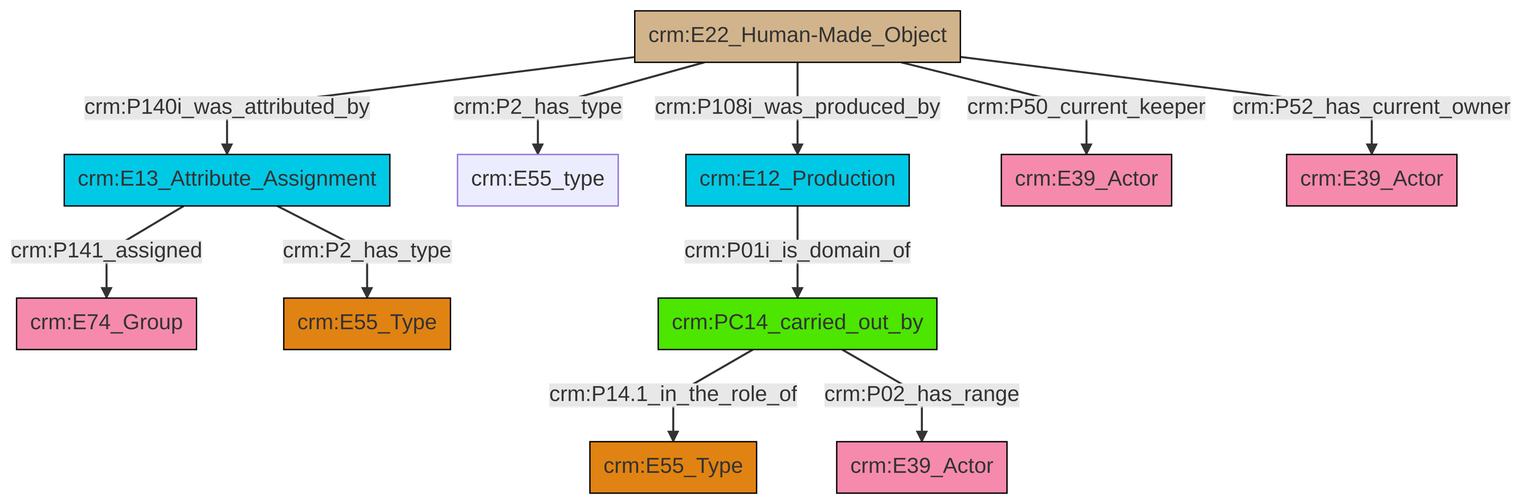
Above: et/artworkCSV/ttl/mmd/png/Artwork_Actor_Relations.png in swiss-art-research-net/docs.swissartresearch (Mermaid), before the change. Its source is kept beside it as et/artworkCSV/ttl/mmd/Artwork_Actor_Relations.ttl.mmd.
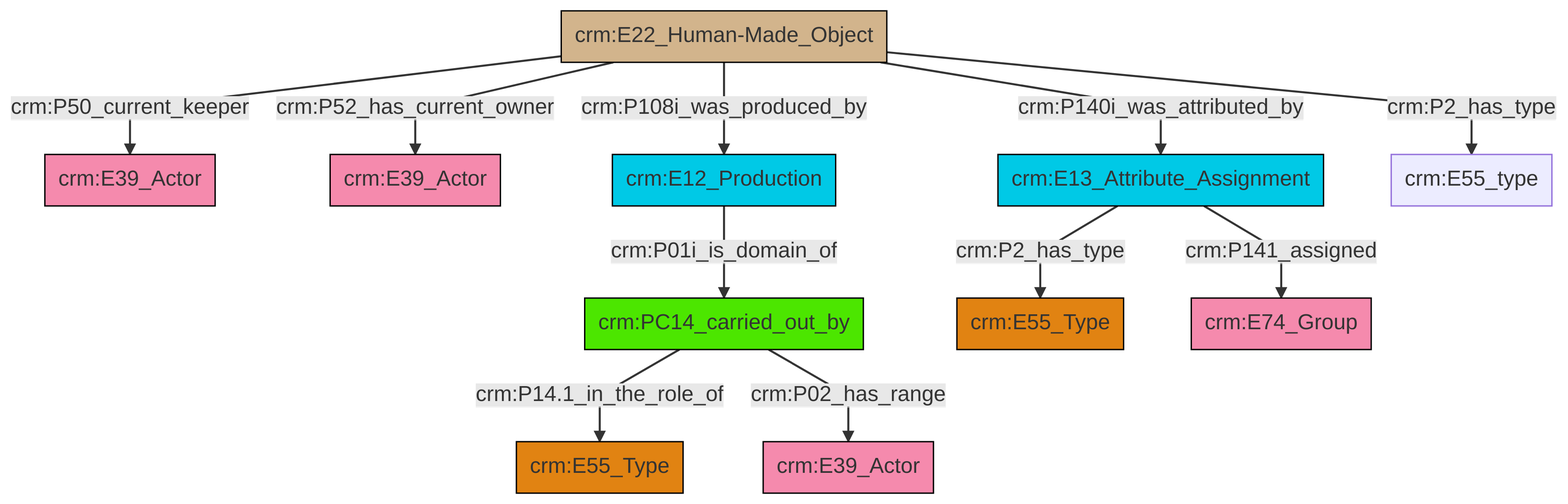
The same diagram one commit later.

Change to the diagram source:
```diff
@@ -13,13 +13,13 @@
 classDef PC_Classes fill:#4ce600, stroke:#000000;
 classDef Multi fill:#cccccc,stroke:#000000;
 
-2["crm:E13_Attribute_Assignment"]:::Temporal_Entity -->|crm:P2_has_type| 3["crm:E55_Type"]:::Type
-8["crm:E22_Human-Made_Object"]:::Physical_Thing -->|crm:P108i_was_produced_by| 9["crm:E12_Production"]:::Temporal_Entity
-8["crm:E22_Human-Made_Object"]:::Physical_Thing -->|crm:P50_current_keeper| 13["crm:E39_Actor"]:::Actor
-8["crm:E22_Human-Made_Object"]:::Physical_Thing -->|crm:P2_has_type| 4["crm:E55_type"]:::Default
-14["crm:PC14_carried_out_by"]:::PC_Classes -->|crm:P14.1_in_the_role_of| 10["crm:E55_Type"]:::Type
-8["crm:E22_Human-Made_Object"]:::Physical_Thing -->|crm:P140i_was_attributed_by| 2["crm:E13_Attribute_Assignment"]:::Temporal_Entity
-14["crm:PC14_carried_out_by"]:::PC_Classes -->|crm:P02_has_range| 18["crm:E39_Actor"]:::Actor
-2["crm:E13_Attribute_Assignment"]:::Temporal_Entity -->|crm:P141_assigned| 0["crm:E74_Group"]:::Actor
-8["crm:E22_Human-Made_Object"]:::Physical_Thing -->|crm:P52_has_current_owner| 20["crm:E39_Actor"]:::Actor
-9["crm:E12_Production"]:::Temporal_Entity -->|crm:P01i_is_domain_of| 14["crm:PC14_carried_out_by"]:::PC_Classes
+2["crm:PC14_carried_out_by"]:::PC_Classes -->|crm:P14.1_in_the_role_of| 3["crm:E55_Type"]:::Type
+6["crm:E22_Human-Made_Object"]:::Physical_Thing -->|crm:P52_has_current_owner| 7["crm:E39_Actor"]:::Actor
+2["crm:PC14_carried_out_by"]:::PC_Classes -->|crm:P02_has_range| 8["crm:E39_Actor"]:::Actor
+6["crm:E22_Human-Made_Object"]:::Physical_Thing -->|crm:P140i_was_attributed_by| 18["crm:E13_Attribute_Assignment"]:::Temporal_Entity
+6["crm:E22_Human-Made_Object"]:::Physical_Thing -->|crm:P2_has_type| 20["crm:E55_type"]:::Default
+18["crm:E13_Attribute_Assignment"]:::Temporal_Entity -->|crm:P141_assigned| 12["crm:E74_Group"]:::Actor
+18["crm:E13_Attribute_Assignment"]:::Temporal_Entity -->|crm:P2_has_type| 4["crm:E55_Type"]:::Type
+6["crm:E22_Human-Made_Object"]:::Physical_Thing -->|crm:P108i_was_produced_by| 14["crm:E12_Production"]:::Temporal_Entity
+14["crm:E12_Production"]:::Temporal_Entity -->|crm:P01i_is_domain_of| 2["crm:PC14_carried_out_by"]:::PC_Classes
+6["crm:E22_Human-Made_Object"]:::Physical_Thing -->|crm:P50_current_keeper| 0["crm:E39_Actor"]:::Actor
```
